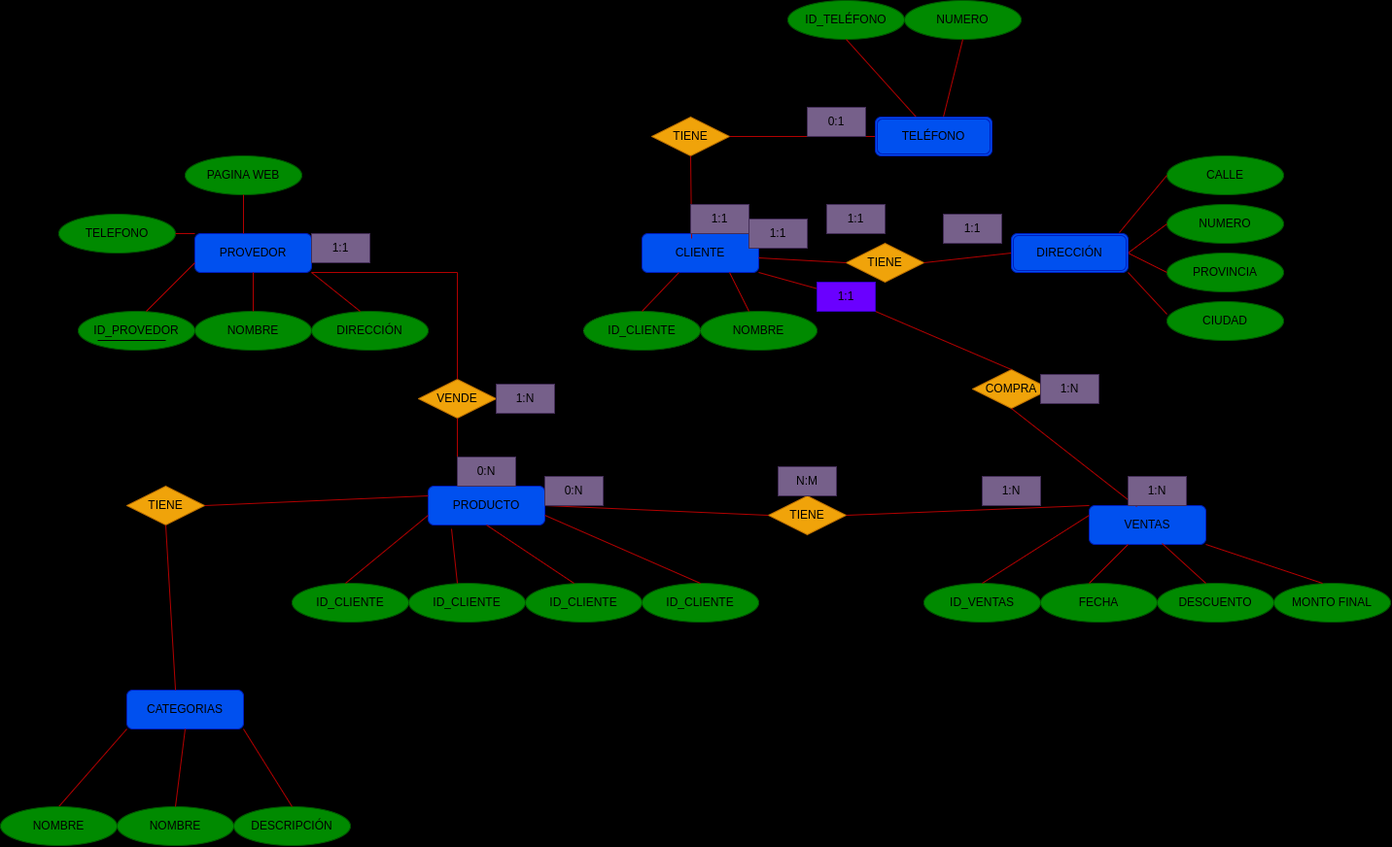
johnfredyrg1226/base_datos2 keeps this draw.io diagram as tarea/tarea2/entidad_relacio_propuesto.drawio.png. Above is the earlier version. Source tidied: cells renumbered, new cells last; positions are measured from the earlier drawing's top-left corner, leaving out a move shared by most shapes.
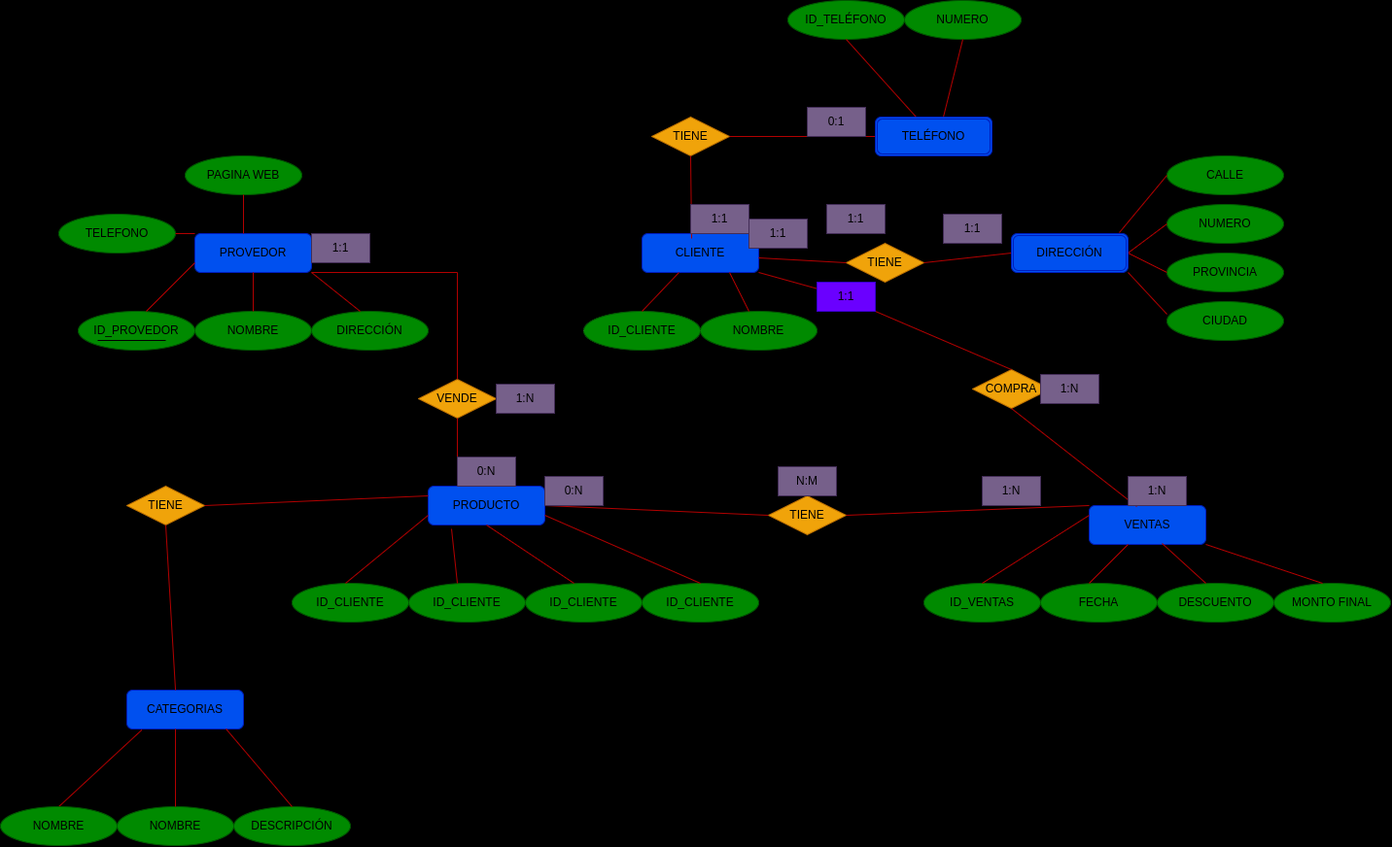
The same file after the commit.

Diff of the diagram source:
```diff
@@ -192,13 +192,15 @@
         <mxPoint x="170" y="540" as="targetPoint" />
       </mxGeometry>
     </mxCell>
-    <mxCell id="53" style="endArrow=none;html=1;rounded=0;entryX=0;entryY=1;entryDx=0;entryDy=0;exitX=0.5;exitY=0;exitDx=0;exitDy=0;fillColor=#e51400;strokeColor=#B20000;" parent="1" edge="1" source="90" target="48">
+    <mxCell id="53" style="endArrow=none;html=1;rounded=0;entryX=0.128;entryY=1.025;entryDx=0;entryDy=0;exitX=0.5;exitY=0;exitDx=0;exitDy=0;fillColor=#e51400;strokeColor=#B20000;entryPerimeter=0;" parent="1" edge="1" source="90" target="48">
       <mxGeometry relative="1" as="geometry" />
     </mxCell>
-    <mxCell id="54" style="endArrow=none;html=1;rounded=0;entryX=0.5;entryY=1;entryDx=0;entryDy=0;exitX=0.5;exitY=0;exitDx=0;exitDy=0;fillColor=#e51400;strokeColor=#B20000;" parent="1" edge="1" source="49" target="48">
-      <mxGeometry relative="1" as="geometry" />
+    <mxCell id="54" style="endArrow=none;html=1;rounded=0;exitX=0.5;exitY=0;exitDx=0;exitDy=0;fillColor=#e51400;strokeColor=#B20000;" parent="1" edge="1" source="49">
+      <mxGeometry relative="1" as="geometry">
+        <mxPoint x="180" y="750" as="targetPoint" />
+      </mxGeometry>
     </mxCell>
-    <mxCell id="55" style="endArrow=none;html=1;rounded=0;entryX=1;entryY=1;entryDx=0;entryDy=0;exitX=0.5;exitY=0;exitDx=0;exitDy=0;fillColor=#e51400;strokeColor=#B20000;" parent="1" edge="1" source="50" target="48">
+    <mxCell id="55" style="endArrow=none;html=1;rounded=0;entryX=0.85;entryY=0.997;entryDx=0;entryDy=0;exitX=0.5;exitY=0;exitDx=0;exitDy=0;fillColor=#e51400;strokeColor=#B20000;entryPerimeter=0;" parent="1" edge="1" source="50" target="48">
       <mxGeometry relative="1" as="geometry" />
     </mxCell>
     <mxCell id="56" value="VENTAS" style="rounded=1;whiteSpace=wrap;html=1;fontSize=12;glass=0;strokeWidth=1;shadow=0;fillColor=#0050ef;strokeColor=#001DBC;" parent="1" vertex="1">
```
